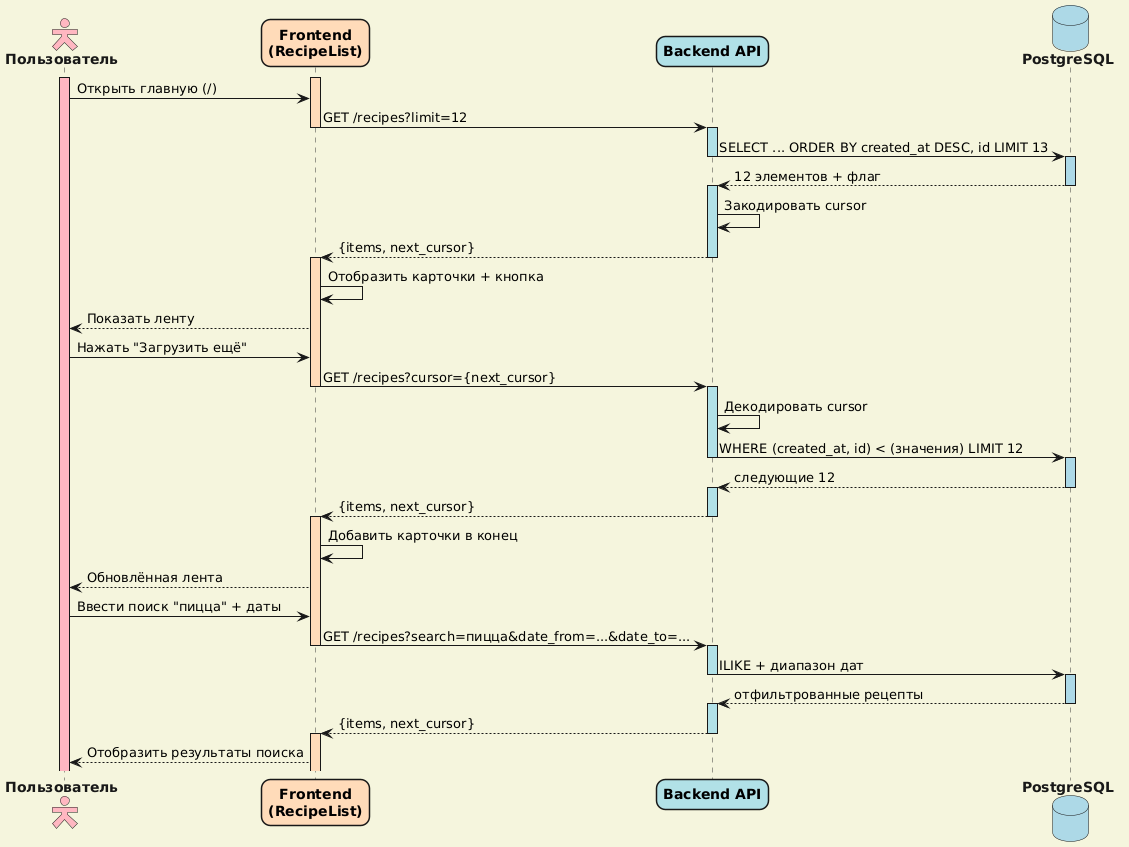
cranchy-team/cook-book keeps this PlantUML diagram as docs/diagrams/сиквенс_диаграмма_пагинация_с_курсором_и_поиском.png. Above is the earlier version. Source of this version:
```plantuml
@startuml
!theme mars

skinparam actor {
  FontStyle bold
}
skinparam participant {
  FontColor black
  FontStyle bold
}
skinparam database {
  FontStyle bold
  BackgroundColor #ADD8E6
}
skinparam backgroundcolor #F5F5DC
skinparam roundcorner 18
skinparam actorStyle hollow

actor "Пользователь" as User #FFB6C1
participant "Frontend\n(RecipeList)" as Frontend #FFDAB9
participant "Backend API" as Backend #B0E0E6
database "PostgreSQL" as DB #ADD8E6

User ++ #FFB6C1
Frontend ++ #FFDAB9
User -> Frontend : Открыть главную (/)
Frontend -> Backend --++ #B0E0E6 : GET /recipes?limit=12
Backend -> DB --++ #ADD8E6 : SELECT ... ORDER BY created_at DESC, id LIMIT 13
DB --> Backend --++ #B0E0E6 : 12 элементов + флаг
Backend -> Backend : Закодировать cursor
Backend --> Frontend --++ #FFDAB9 : {items, next_cursor}
Frontend -> Frontend : Отобразить карточки + кнопка
Frontend --> User : Показать ленту

User -> Frontend : Нажать "Загрузить ещё"
Frontend -> Backend --++ #B0E0E6 : GET /recipes?cursor={next_cursor}
Backend -> Backend : Декодировать cursor
Backend -> DB --++ #ADD8E6 : WHERE (created_at, id) < (значения) LIMIT 12
DB --> Backend --++ #B0E0E6 : следующие 12
Backend --> Frontend --++ #FFDAB9 : {items, next_cursor}
Frontend -> Frontend : Добавить карточки в конец
Frontend --> User : Обновлённая лента

User -> Frontend : Ввести поиск "пицца" + даты
Frontend -> Backend --++ #B0E0E6 : GET /recipes?search=пицца&date_from=...&date_to=...
Backend -> DB --++ #ADD8E6 : ILIKE + диапазон дат
DB --> Backend --++ #B0E0E6 : отфильтрованные рецепты
Backend --> Frontend --++ #FFDAB9 : {items, next_cursor}
Frontend --> User : Отобразить результаты поиска
@enduml
```
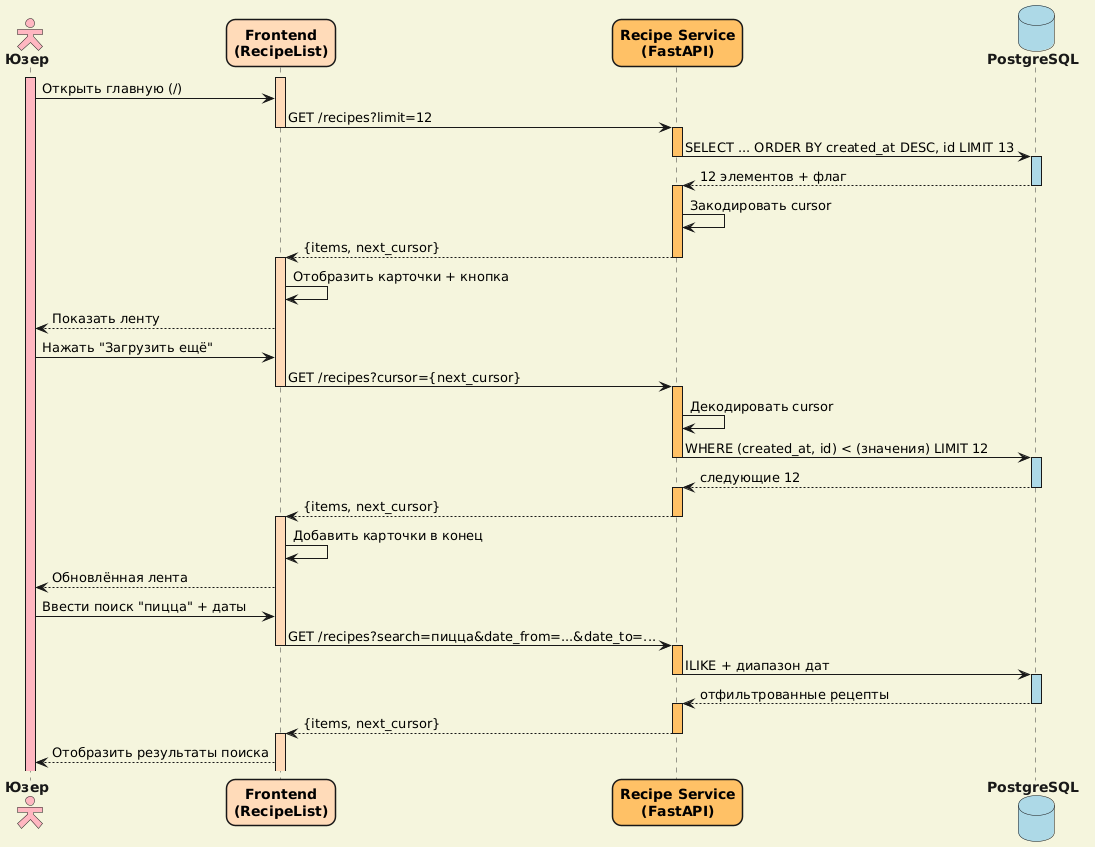
After the change.

The edit, as a diff of the source:
```diff
@@ -16,35 +16,35 @@
 skinparam roundcorner 18
 skinparam actorStyle hollow
 
-actor "Пользователь" as User #FFB6C1
+actor "Юзер" as User #FFB6C1
 participant "Frontend\n(RecipeList)" as Frontend #FFDAB9
-participant "Backend API" as Backend #B0E0E6
+participant "Recipe Service\n(FastAPI)" as RecipeSvc #FFC067
 database "PostgreSQL" as DB #ADD8E6
 
 User ++ #FFB6C1
 Frontend ++ #FFDAB9
 User -> Frontend : Открыть главную (/)
-Frontend -> Backend --++ #B0E0E6 : GET /recipes?limit=12
-Backend -> DB --++ #ADD8E6 : SELECT ... ORDER BY created_at DESC, id LIMIT 13
-DB --> Backend --++ #B0E0E6 : 12 элементов + флаг
-Backend -> Backend : Закодировать cursor
-Backend --> Frontend --++ #FFDAB9 : {items, next_cursor}
+Frontend -> RecipeSvc --++ #FFC067 : GET /recipes?limit=12
+RecipeSvc -> DB --++ #ADD8E6 : SELECT ... ORDER BY created_at DESC, id LIMIT 13
+DB --> RecipeSvc --++ #FFC067 : 12 элементов + флаг
+RecipeSvc -> RecipeSvc : Закодировать cursor
+RecipeSvc --> Frontend --++ #FFDAB9 : {items, next_cursor}
 Frontend -> Frontend : Отобразить карточки + кнопка
 Frontend --> User : Показать ленту
 
 User -> Frontend : Нажать "Загрузить ещё"
-Frontend -> Backend --++ #B0E0E6 : GET /recipes?cursor={next_cursor}
-Backend -> Backend : Декодировать cursor
-Backend -> DB --++ #ADD8E6 : WHERE (created_at, id) < (значения) LIMIT 12
-DB --> Backend --++ #B0E0E6 : следующие 12
-Backend --> Frontend --++ #FFDAB9 : {items, next_cursor}
+Frontend -> RecipeSvc --++ #FFC067 : GET /recipes?cursor={next_cursor}
+RecipeSvc -> RecipeSvc : Декодировать cursor
+RecipeSvc -> DB --++ #ADD8E6 : WHERE (created_at, id) < (значения) LIMIT 12
+DB --> RecipeSvc --++ #FFC067 : следующие 12
+RecipeSvc --> Frontend --++ #FFDAB9 : {items, next_cursor}
 Frontend -> Frontend : Добавить карточки в конец
 Frontend --> User : Обновлённая лента
 
 User -> Frontend : Ввести поиск "пицца" + даты
-Frontend -> Backend --++ #B0E0E6 : GET /recipes?search=пицца&date_from=...&date_to=...
-Backend -> DB --++ #ADD8E6 : ILIKE + диапазон дат
-DB --> Backend --++ #B0E0E6 : отфильтрованные рецепты
-Backend --> Frontend --++ #FFDAB9 : {items, next_cursor}
+Frontend -> RecipeSvc --++ #FFC067 : GET /recipes?search=пицца&date_from=...&date_to=...
+RecipeSvc -> DB --++ #ADD8E6 : ILIKE + диапазон дат
+DB --> RecipeSvc --++ #FFC067 : отфильтрованные рецепты
+RecipeSvc --> Frontend --++ #FFDAB9 : {items, next_cursor}
 Frontend --> User : Отобразить результаты поиска
 @enduml
```
